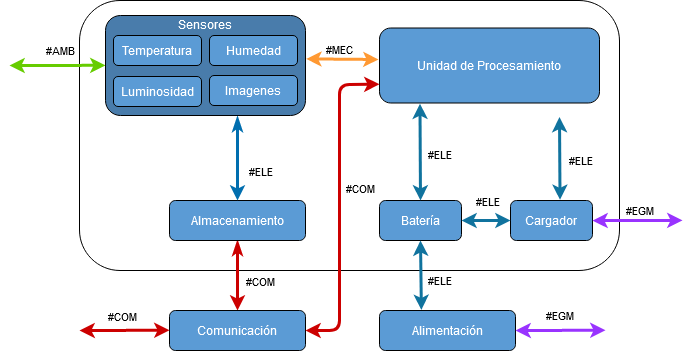
tlondero/Dise-o keeps this draw.io diagram as Informe/Factibilidad/ImagenesFactibilidad/EsquemaModular.png. Above is the earlier version. Source tidied: cells renumbered, new cells last; positions are measured from the earlier drawing's top-left corner, leaving out a move shared by most shapes.
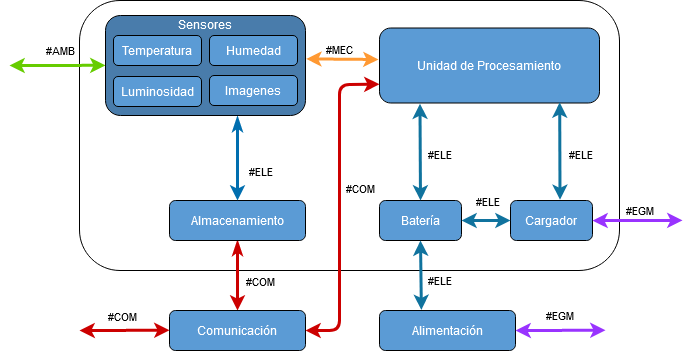
The same diagram one commit later.

What changed in the source:
```diff
@@ -133,10 +133,9 @@
         <mxPoint x="-20" y="-10" as="offset" />
       </mxGeometry>
     </mxCell>
-    <mxCell id="31" style="endArrow=classic;startArrow=classic;html=1;strokeWidth=3;fillColor=#b1ddf0;exitX=0.5;exitY=0;exitDx=0;exitDy=0;strokeColor=#10739e;entryX=0.184;entryY=1.009;entryDx=0;entryDy=0;entryPerimeter=0;" parent="1" edge="1">
+    <mxCell id="31" style="endArrow=classic;startArrow=classic;html=1;strokeWidth=3;fillColor=#b1ddf0;exitX=0.5;exitY=0;exitDx=0;exitDy=0;strokeColor=#10739e;entryX=0.819;entryY=0.993;entryDx=0;entryDy=0;entryPerimeter=0;" parent="1" edge="1" target="3">
       <mxGeometry relative="1" as="geometry">
         <mxPoint x="550.5" y="199.3" as="sourcePoint" />
-        <mxPoint x="550" y="116.5" as="targetPoint" />
       </mxGeometry>
     </mxCell>
     <mxCell id="32" value="#ELE" style="edgeLabel;html=1;align=center;verticalAlign=middle;labelBackgroundColor=none;" parent="31" vertex="1">
```
